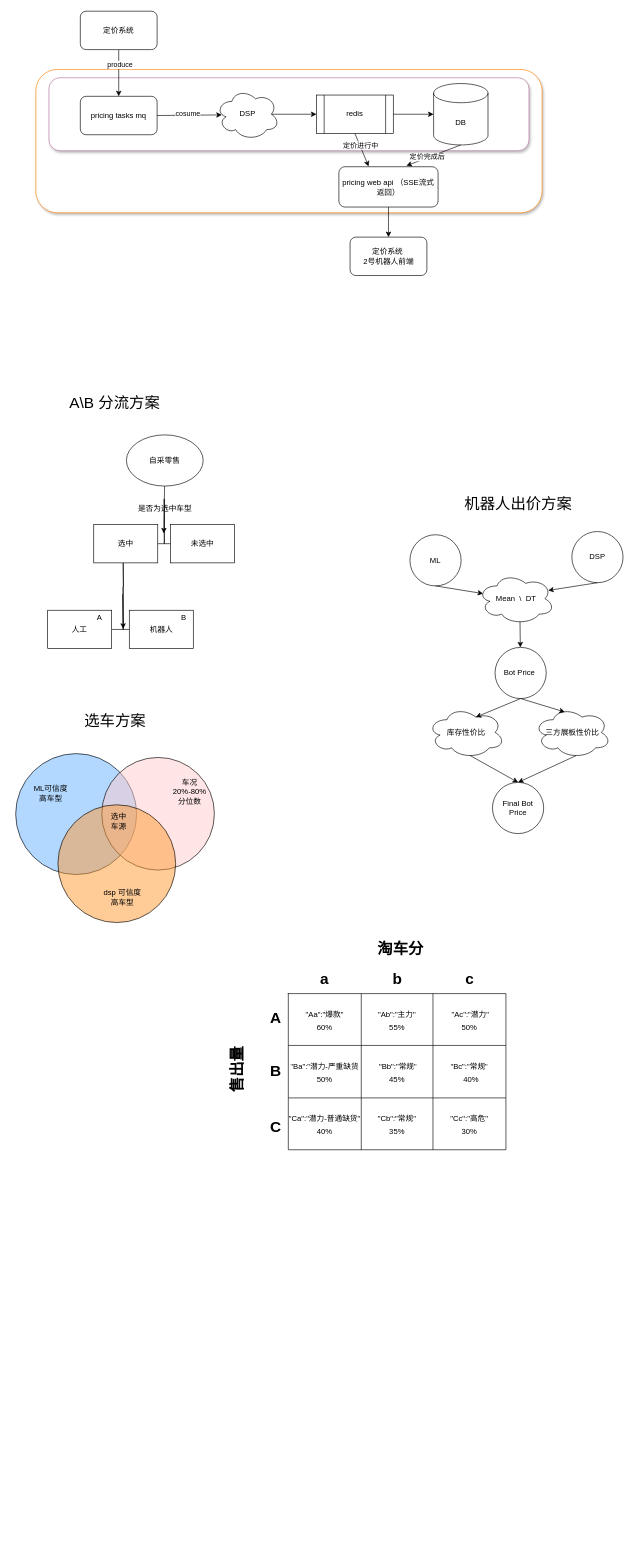
Above: dsp_structure.drawio in mrlonely001/gittest (draw.io), before the change. Source tidied: cells renumbered, new cells numbered last; positions are measured from the earlier drawing's top-left corner, leaving out a move shared by most shapes. Both pictures are drawn from the tidied source at 64%, with x=0, y=0 at pixel (15, 11).
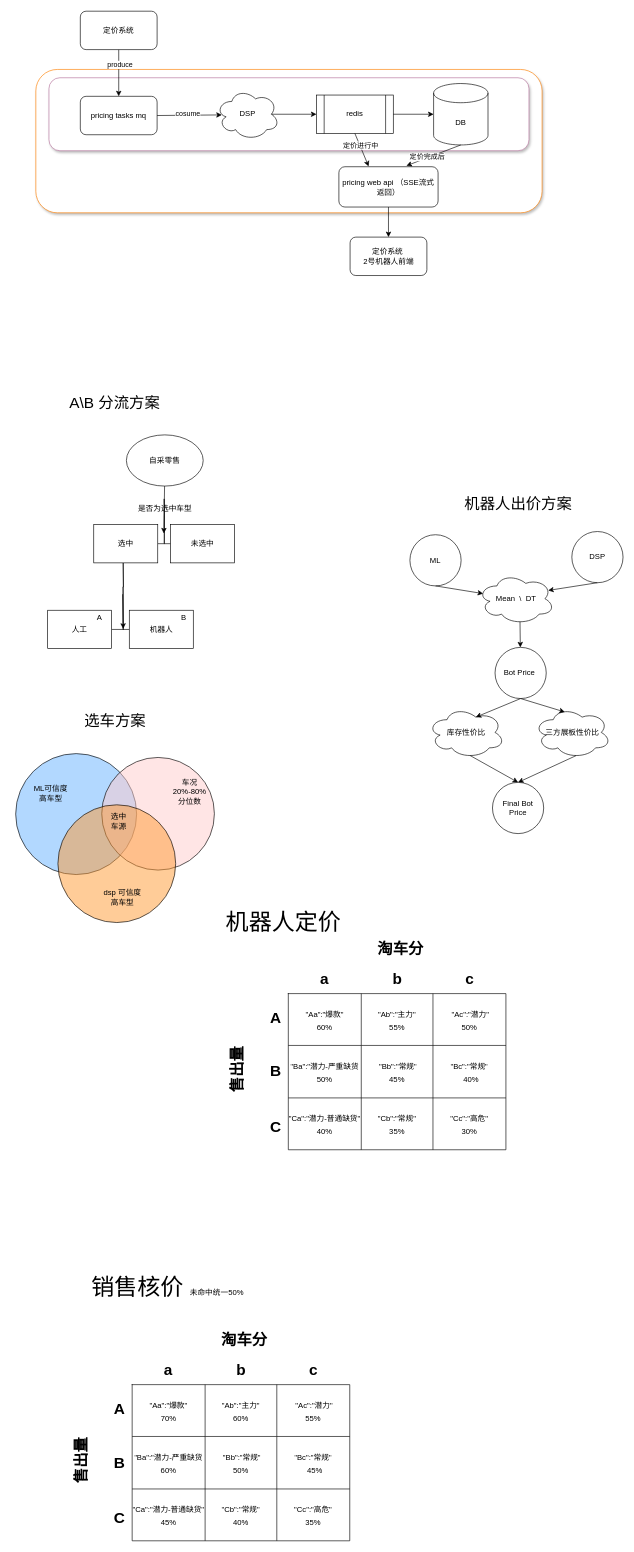
The same page after the edit.

The edit, as a diff of the source:
```diff
@@
+    <mxCell id="81" value="A" style="text;strokeColor=none;fillColor=none;html=1;fontSize=24;fontStyle=1;verticalAlign=middle;align=center;" parent="1" vertex="1">
+      <mxGeometry x="112" y="2164" width="100" height="40" as="geometry" />
+    </mxCell>
+    <mxCell id="82" value="B" style="text;strokeColor=none;fillColor=none;html=1;fontSize=24;fontStyle=1;verticalAlign=middle;align=center;" parent="1" vertex="1">
+      <mxGeometry x="112" y="2248" width="100" height="40" as="geometry" />
+    </mxCell>
+    <mxCell id="83" value="C" style="text;strokeColor=none;fillColor=none;html=1;fontSize=24;fontStyle=1;verticalAlign=middle;align=center;" parent="1" vertex="1">
+      <mxGeometry x="112" y="2334" width="100" height="40" as="geometry" />
+    </mxCell>
+    <mxCell id="84" value="a" style="text;strokeColor=none;fillColor=none;html=1;fontSize=24;fontStyle=1;verticalAlign=middle;align=center;" parent="1" vertex="1">
+      <mxGeometry x="188" y="2103" width="100" height="40" as="geometry" />
+    </mxCell>
+    <mxCell id="85" value="b" style="text;strokeColor=none;fillColor=none;html=1;fontSize=24;fontStyle=1;verticalAlign=middle;align=center;" parent="1" vertex="1">
+      <mxGeometry x="302" y="2103" width="100" height="40" as="geometry" />
+    </mxCell>
+    <mxCell id="86" value="c" style="text;strokeColor=none;fillColor=none;html=1;fontSize=24;fontStyle=1;verticalAlign=middle;align=center;" parent="1" vertex="1">
+      <mxGeometry x="414.5" y="2103" width="100" height="40" as="geometry" />
+    </mxCell>
+    <mxCell id="87" value="售出量" style="text;strokeColor=none;fillColor=none;html=1;fontSize=24;fontStyle=1;verticalAlign=middle;align=center;rotation=-90;" parent="1" vertex="1">
+      <mxGeometry x="52" y="2245" width="100" height="40" as="geometry" />
+    </mxCell>
+    <mxCell id="88" value="淘车分" style="text;strokeColor=none;fillColor=none;html=1;fontSize=24;fontStyle=1;verticalAlign=middle;align=center;" parent="1" vertex="1">
+      <mxGeometry x="307" y="2057" width="100" height="40" as="geometry" />
+    </mxCell>
+    <mxCell id="89" style="shape=table;startSize=0;childLayout=tableLayout;fontSize=16;" parent="1" vertex="1">
+      <mxGeometry x="182" y="2146" width="340" height="244" as="geometry" />
+    </mxCell>
+    <mxCell id="90" style="shape=tableRow;horizontal=0;startSize=0;swimlaneHead=0;swimlaneBody=0;strokeColor=inherit;top=0;left=0;bottom=0;right=0;fillColor=none;fontSize=16;" parent="89" vertex="1">
+      <mxGeometry width="340" height="81" as="geometry" />
+    </mxCell>
+    <mxCell id="91" value="&lt;span style=&quot;font-size: 12px; text-align: left;&quot;&gt;&quot;Aa&quot;:&quot;爆款&quot;&lt;/span&gt;&lt;div&gt;&lt;span style=&quot;font-size: 12px; text-align: left;&quot;&gt;70%&lt;/span&gt;&lt;/div&gt;" style="shape=partialRectangle;html=1;whiteSpace=wrap;strokeColor=inherit;overflow=hidden;fillColor=none;top=0;left=0;bottom=0;right=0;fontSize=16;" parent="90" vertex="1">
+      <mxGeometry width="114" height="81" as="geometry" />
+    </mxCell>
+    <mxCell id="92" value="&lt;span style=&quot;font-size: 12px; text-align: left;&quot;&gt;&quot;Ab&quot;:&quot;主力&quot;&lt;/span&gt;&lt;div&gt;&lt;span style=&quot;font-size: 12px; text-align: left;&quot;&gt;60%&lt;/span&gt;&lt;/div&gt;" style="shape=partialRectangle;html=1;whiteSpace=wrap;strokeColor=inherit;overflow=hidden;fillColor=none;top=0;left=0;bottom=0;right=0;fontSize=16;" parent="90" vertex="1">
+      <mxGeometry x="114" width="112" height="81" as="geometry" />
+    </mxCell>
+    <mxCell id="93" value="&lt;span style=&quot;font-size: 12px; text-align: left;&quot;&gt;&amp;nbsp;&quot;Ac&quot;:&quot;潜力&quot;&lt;/span&gt;&lt;div&gt;&lt;span style=&quot;font-size: 12px; text-align: left;&quot;&gt;55%&lt;/span&gt;&lt;/div&gt;" style="shape=partialRectangle;html=1;whiteSpace=wrap;strokeColor=inherit;overflow=hidden;fillColor=none;top=0;left=0;bottom=0;right=0;fontSize=16;" parent="90" vertex="1">
+      <mxGeometry x="226" width="114" height="81" as="geometry" />
+    </mxCell>
+    <mxCell id="94" style="shape=tableRow;horizontal=0;startSize=0;swimlaneHead=0;swimlaneBody=0;strokeColor=inherit;top=0;left=0;bottom=0;right=0;fillColor=none;fontSize=16;" parent="89" vertex="1">
+      <mxGeometry y="81" width="340" height="82" as="geometry" />
+    </mxCell>
+    <mxCell id="95" value="&lt;span style=&quot;font-size: 12px; text-align: left;&quot;&gt;&quot;Ba&quot;:&quot;潜力-严重缺货&lt;/span&gt;&lt;div&gt;&lt;span style=&quot;font-size: 12px; text-align: left;&quot;&gt;60%&lt;/span&gt;&lt;/div&gt;" style="shape=partialRectangle;html=1;whiteSpace=wrap;strokeColor=inherit;overflow=hidden;fillColor=none;top=0;left=0;bottom=0;right=0;fontSize=16;" parent="94" vertex="1">
+      <mxGeometry width="114" height="82" as="geometry" />
+    </mxCell>
+    <mxCell id="96" value="&lt;span style=&quot;font-size: 12px; text-align: left;&quot;&gt;&amp;nbsp;&quot;Bb&quot;:&quot;常规&quot;&lt;/span&gt;&lt;div&gt;&lt;span style=&quot;font-size: 12px; text-align: left;&quot;&gt;50%&lt;/span&gt;&lt;/div&gt;" style="shape=partialRectangle;html=1;whiteSpace=wrap;strokeColor=inherit;overflow=hidden;fillColor=none;top=0;left=0;bottom=0;right=0;fontSize=16;" parent="94" vertex="1">
+      <mxGeometry x="114" width="112" height="82" as="geometry" />
+    </mxCell>
+    <mxCell id="97" value="&lt;span style=&quot;font-size: 12px; text-align: left;&quot;&gt;&quot;Bc&quot;:&quot;常规&quot;&lt;/span&gt;&lt;div style=&quot;text-align: left;&quot;&gt;&lt;span style=&quot;font-size: 12px;&quot;&gt;&amp;nbsp; &amp;nbsp; &amp;nbsp; 45%&lt;/span&gt;&lt;/div&gt;" style="shape=partialRectangle;html=1;whiteSpace=wrap;strokeColor=inherit;overflow=hidden;fillColor=none;top=0;left=0;bottom=0;right=0;fontSize=16;" parent="94" vertex="1">
+      <mxGeometry x="226" width="114" height="82" as="geometry" />
+    </mxCell>
+    <mxCell id="98" style="shape=tableRow;horizontal=0;startSize=0;swimlaneHead=0;swimlaneBody=0;strokeColor=inherit;top=0;left=0;bottom=0;right=0;fillColor=none;fontSize=16;" parent="89" vertex="1">
+      <mxGeometry y="163" width="340" height="81" as="geometry" />
+    </mxCell>
+    <mxCell id="99" value="&lt;span style=&quot;font-size: 12px; text-align: left;&quot;&gt;&quot;Ca&quot;:&quot;潜力-普通缺货&quot;&lt;/span&gt;&lt;div&gt;&lt;span style=&quot;font-size: 12px; text-align: left;&quot;&gt;45%&lt;/span&gt;&lt;/div&gt;" style="shape=partialRectangle;html=1;whiteSpace=wrap;strokeColor=inherit;overflow=hidden;fillColor=none;top=0;left=0;bottom=0;right=0;fontSize=16;" parent="98" vertex="1">
+      <mxGeometry width="114" height="81" as="geometry" />
+    </mxCell>
+    <mxCell id="100" value="&lt;span style=&quot;font-size: 12px; text-align: left;&quot;&gt;&quot;Cb&quot;:&quot;常规&quot;&lt;/span&gt;&lt;div&gt;&lt;span style=&quot;font-size: 12px; text-align: left;&quot;&gt;40%&lt;/span&gt;&lt;/div&gt;" style="shape=partialRectangle;html=1;whiteSpace=wrap;strokeColor=inherit;overflow=hidden;fillColor=none;top=0;left=0;bottom=0;right=0;fontSize=16;" parent="98" vertex="1">
+      <mxGeometry x="114" width="112" height="81" as="geometry" />
+    </mxCell>
+    <mxCell id="101" value="&lt;span style=&quot;font-size: 12px; text-align: left;&quot;&gt;&quot;Cc&quot;:&quot;高危&quot;&lt;/span&gt;&lt;div&gt;&lt;span style=&quot;font-size: 12px; text-align: left;&quot;&gt;35%&lt;/span&gt;&lt;/div&gt;" style="shape=partialRectangle;html=1;whiteSpace=wrap;strokeColor=inherit;overflow=hidden;fillColor=none;top=0;left=0;bottom=0;right=0;fontSize=16;" parent="98" vertex="1">
+      <mxGeometry x="226" width="114" height="81" as="geometry" />
+    </mxCell>
+    <mxCell id="102" value="&lt;font style=&quot;font-size: 36px;&quot;&gt;销售核价 &lt;/font&gt;&lt;font style=&quot;font-size: 12px;&quot;&gt;未命中统一50%&lt;/font&gt;" style="text;html=1;align=center;verticalAlign=middle;whiteSpace=wrap;rounded=0;" parent="1" vertex="1">
+      <mxGeometry x="-7" y="1962" width="489" height="64" as="geometry" />
+    </mxCell>
+    <mxCell id="103" value="&lt;font style=&quot;font-size: 36px;&quot;&gt;机器人定价&lt;/font&gt;" style="text;html=1;align=center;verticalAlign=middle;whiteSpace=wrap;rounded=0;" parent="1" vertex="1">
+      <mxGeometry x="323" y="1366" width="191" height="114" as="geometry" />
+    </mxCell>
```
